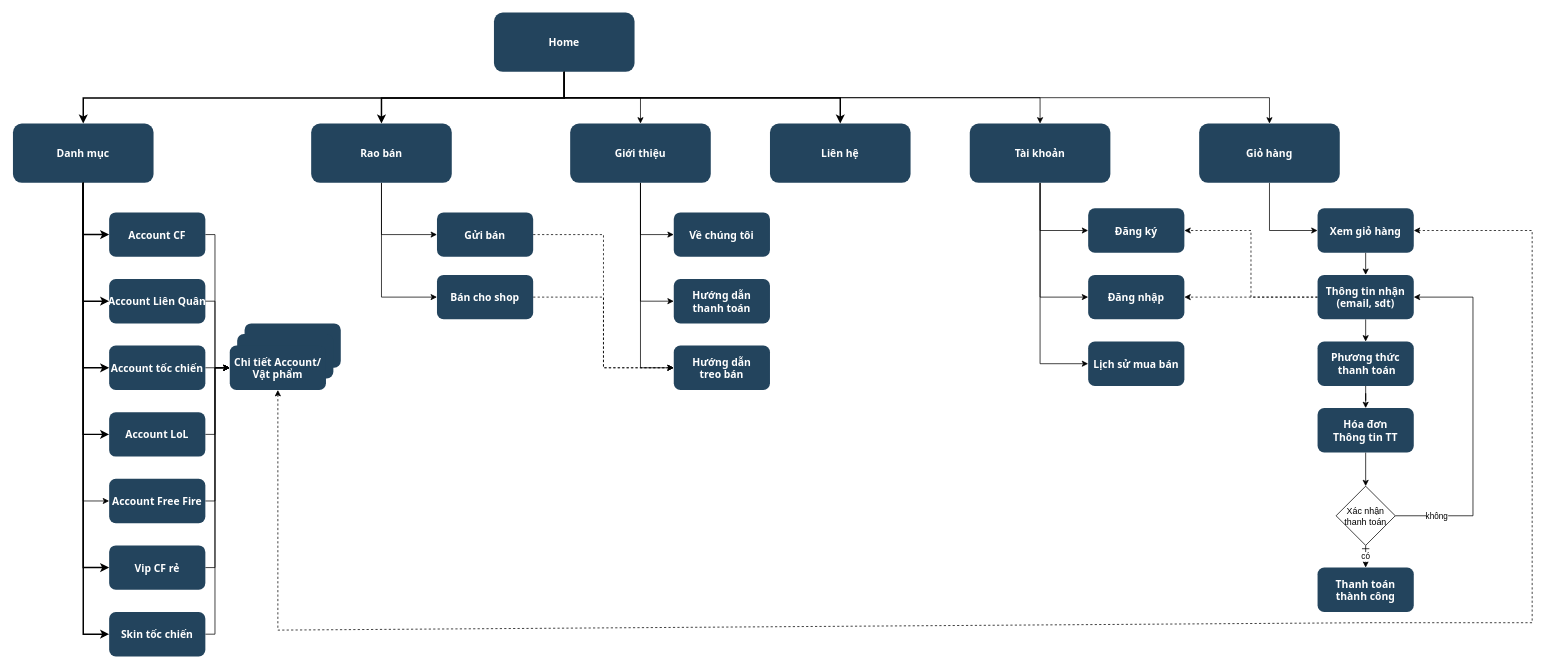
Above: Untitled Diagram.drawio in aaaahoang123/examjsf (draw.io), before the change. Source tidied: cells renumbered, new cells numbered last; positions are measured from the earlier drawing's top-left corner, leaving out a move shared by most shapes. Both pictures are drawn from the tidied source at 74%, with x=0, y=0 at pixel (13, 13).
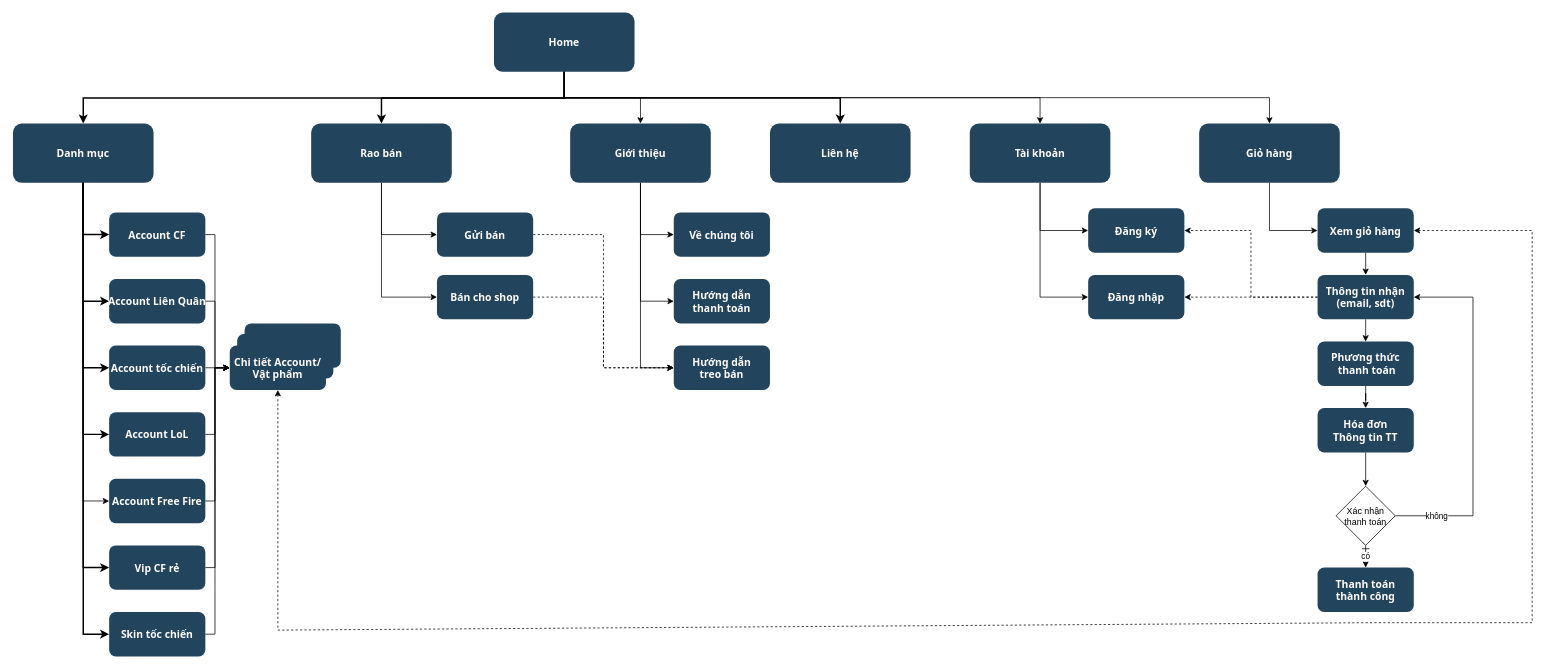
The same diagram, later.

The change refers to these unchanged cells:
```xml
<mxCell id="40" value="Tài khoản" style="rounded=1;fillColor=#23445D;gradientColor=none;strokeColor=none;fontColor=#FFFFFF;fontStyle=1;fontFamily=Tahoma;fontSize=14;" parent="1" vertex="1">
  <mxGeometry x="1293" y="149.5" width="190" height="80" as="geometry" />
</mxCell>
```

Change to the diagram source:
```diff
@@
-    <mxCell id="39" style="edgeStyle=orthogonalEdgeStyle;rounded=0;jettySize=auto;html=1;exitX=0.5;exitY=1;exitDx=0;exitDy=0;entryX=0;entryY=0.5;entryDx=0;entryDy=0;" parent="1" edge="1" source="40" target="52">
-      <mxGeometry relative="1" as="geometry" />
-    </mxCell>
@@
-    <mxCell id="52" value="Lịch sử mua bán" style="rounded=1;fillColor=#23445D;gradientColor=none;strokeColor=none;fontColor=#FFFFFF;fontStyle=1;fontFamily=Tahoma;fontSize=14;" parent="1" vertex="1">
-      <mxGeometry x="1453" y="444" width="130" height="60" as="geometry" />
-    </mxCell>
```
